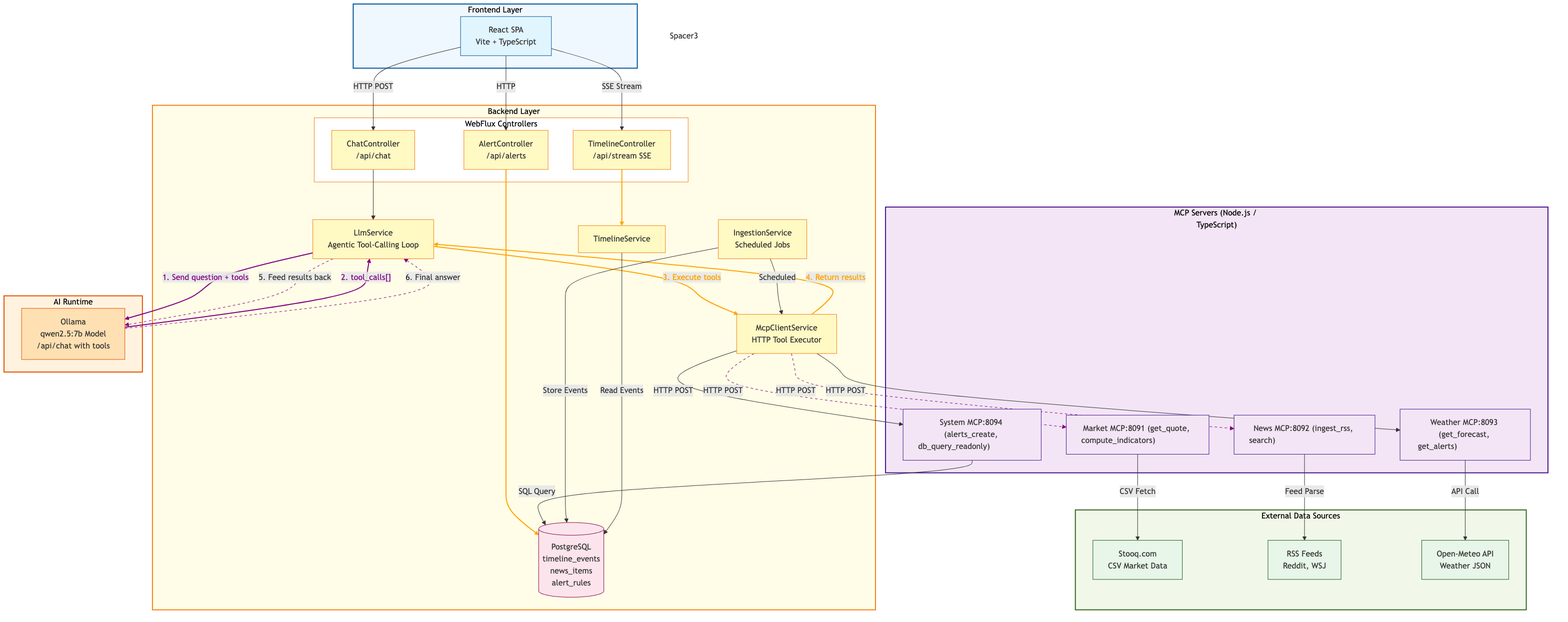
Above: docs/architecture.png in ksktechai/livecontext-ai (Mermaid), before the change. Its source is kept beside it as docs/architecture.mmd. Source of this version:
```mermaid
graph TB
    subgraph Frontend ["Frontend Layer"]
        UI["React SPA<br/>Vite + TypeScript"]
    end

    subgraph Backend ["Backend Layer<br/>(Java 25 Spring Boot 4)"]

        subgraph WebFlux ["WebFlux Controllers"]
            ChatController["ChatController<br/>/api/chat"]
            TimelineController["TimelineController<br/>/api/stream SSE"]
            AlertController["AlertController<br/>/api/alerts"]
        end

        LlmSvc["LlmService<br/>Agentic Tool-Calling Loop"]
        McpClient["McpClientService<br/>HTTP Tool Executor"]
        IngestSvc["IngestionService<br/>Scheduled Jobs"]
        TimelineSvc["TimelineService"]

        DB[("PostgreSQL<br/>timeline_events<br/>news_items<br/>alert_rules")]
    end

    subgraph McpServers ["MCP Servers (Node.js / TypeScript)"]
        direction TB
        Spacer1["<br/>"]
        Spacer2["<br/>"]

        Spacer1 ~~~ Spacer2

        MarketMcp["Market MCP:8091 (get_quote, compute_indicators)&nbsp;&nbsp;&nbsp;&nbsp;&nbsp;&nbsp;&nbsp;&nbsp;&nbsp;&nbsp;&nbsp;&nbsp;&nbsp;&nbsp;&nbsp;&nbsp;"]
        NewsMcp["News MCP:8092 (ingest_rss, search)&nbsp;&nbsp;&nbsp;&nbsp;&nbsp;&nbsp;&nbsp;&nbsp;&nbsp;&nbsp;&nbsp;&nbsp;&nbsp;&nbsp;&nbsp;&nbsp;&nbsp;&nbsp;&nbsp;&nbsp;&nbsp;&nbsp;&nbsp;&nbsp;&nbsp;&nbsp;&nbsp;&nbsp;&nbsp;&nbsp;&nbsp;&nbsp;&nbsp;&nbsp;&nbsp;"]
        WeatherMcp["Weather MCP:8093 (get_forecast, get_alerts)&nbsp;&nbsp;&nbsp;&nbsp;&nbsp;&nbsp;&nbsp;&nbsp;&nbsp;&nbsp;&nbsp;&nbsp;&nbsp;&nbsp;&nbsp;&nbsp;&nbsp;&nbsp;&nbsp;&nbsp;&nbsp;&nbsp;&nbsp;"]
        SystemMcp["System MCP:8094 (alerts_create, db_query_readonly)&nbsp;&nbsp;&nbsp;&nbsp;&nbsp;&nbsp;&nbsp;&nbsp;&nbsp;&nbsp;&nbsp;&nbsp;&nbsp;&nbsp;&nbsp;"]

        Spacer2 ~~~ MarketMcp
    end

    subgraph AIRuntime ["AI Runtime"]
        Ollama["Ollama<br/>qwen2.5:7b Model<br/>/api/chat with tools"]
    end

    subgraph External ["External Data Sources"]
        Stooq["Stooq.com<br/>CSV Market Data"]
        RSS["RSS Feeds<br/>Reddit, WSJ"]
        OpenMeteo["Open-Meteo API<br/>Weather JSON"]
    end

    UI -->|"HTTP POST"| ChatController
    UI -->|"SSE Stream"| TimelineController
    UI -->|"HTTP"| AlertController

    ChatController --> LlmSvc
    TimelineController --> TimelineSvc
    AlertController --> DB

    LlmSvc -->|"1. Send question + tools"| Ollama
    Ollama -->|"2. tool_calls[]"| LlmSvc
    LlmSvc -->|"3. Execute tools"| McpClient
    McpClient -->|"4. Return results"| LlmSvc
    LlmSvc -->|"5. Feed results back"| Ollama
    Ollama -->|"6. Final answer"| LlmSvc

    McpClient -->|"HTTP POST"| MarketMcp
    McpClient -->|"HTTP POST"| NewsMcp
    McpClient -->|"HTTP POST"| WeatherMcp
    McpClient -->|"HTTP POST"| SystemMcp

    MarketMcp -->|"CSV Fetch"| Stooq
    NewsMcp -->|"Feed Parse"| RSS
    WeatherMcp -->|"API Call"| OpenMeteo
    SystemMcp -->|"SQL Query"| DB

    IngestSvc -->|"Scheduled"| McpClient
    IngestSvc -->|"Store Events"| DB
    TimelineSvc -->|"Read Events"| DB

    classDef frontend fill:#e1f5ff,stroke:#01579b
    classDef backend fill:#fff9c4,stroke:#f57f17
    classDef mcp fill:#f3e5f5,stroke:#4a148c
    classDef external fill:#e8f5e9,stroke:#1b5e20
    classDef ai fill:#ffe0b2,stroke:#e65100
    classDef db fill:#fce4ec,stroke:#880e4f

    class UI frontend
    class API,ChatController,TimelineController,AlertController,LlmSvc,McpClient,IngestSvc,TimelineSvc backend
    class MarketMcp,NewsMcp,WeatherMcp,SystemMcp mcp
    class Stooq,RSS,OpenMeteo external
    class Ollama ai
    class DB db

    linkStyle 6,7,10,11 stroke:orange,stroke-width:2px,color:orange;
    linkStyle 8,9 stroke:purple,stroke-width:2px,color:purple;
    linkStyle 12,13,14,15 stroke:purple,stroke-width:1px,stroke-dasharray: 5 5;

    style Frontend fill:#f0f8ff,stroke:#01579b,stroke-width:2px,color:black
    style Backend fill:#fffde7,stroke:#f57f17,stroke-width:2px,color:black
    style WebFlux fill:#ffffff,stroke:#f57f17,stroke-width:1px,color:black

    style McpServers fill:#f3e5f5,stroke:#4a148c,stroke-width:2px,color:black

    style AIRuntime fill:#fff3e0,stroke:#e65100,stroke-width:2px,color:black
    style External fill:#f1f8e9,stroke:#33691e,stroke-width:2px,color:black

    style Spacer1 fill:none,stroke:none,color:none
    style Spacer2 fill:none,stroke:none,color:none
    style Spacer3 fill:none,stroke:none,color:none
```
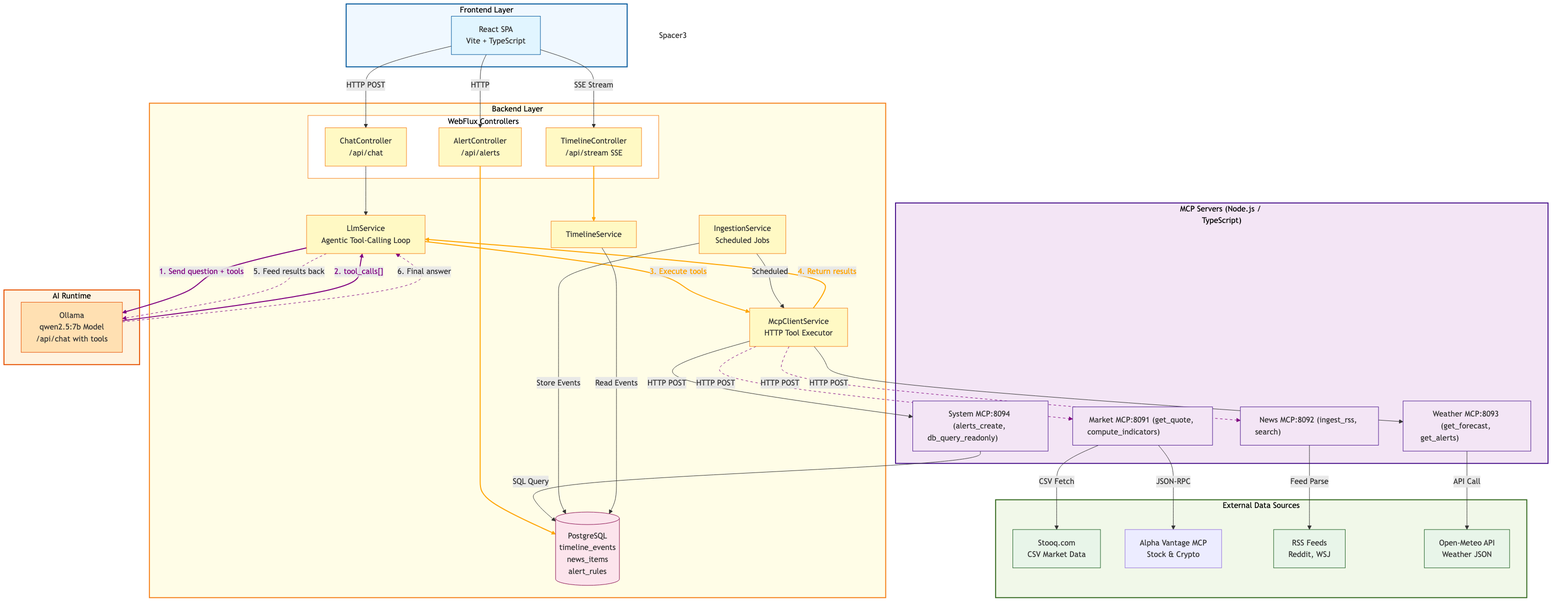
The same file after the commit.

What changed in the source:
```diff
@@ -40,6 +40,7 @@
 
     subgraph External ["External Data Sources"]
         Stooq["Stooq.com<br/>CSV Market Data"]
+        AlphaVantage["Alpha Vantage MCP<br/>Stock & Crypto"]
         RSS["RSS Feeds<br/>Reddit, WSJ"]
         OpenMeteo["Open-Meteo API<br/>Weather JSON"]
     end
@@ -65,6 +66,7 @@
     McpClient -->|"HTTP POST"| SystemMcp
 
     MarketMcp -->|"CSV Fetch"| Stooq
+    MarketMcp -->|"JSON-RPC"| AlphaVantage
     NewsMcp -->|"Feed Parse"| RSS
     WeatherMcp -->|"API Call"| OpenMeteo
     SystemMcp -->|"SQL Query"| DB
```
